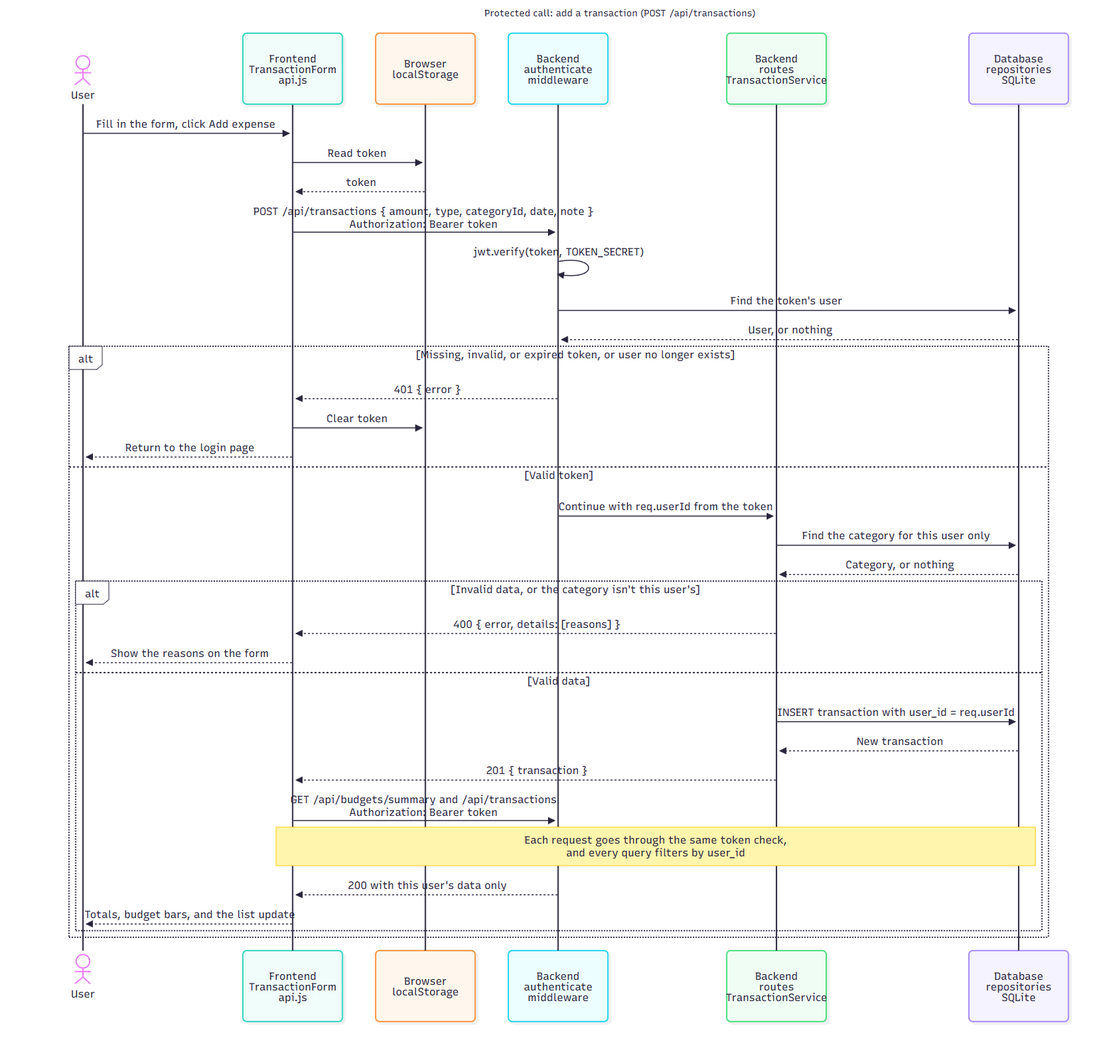
Earlier version of the Mermaid export docs/architecture/sequence-protected-call.png (shreev2703/finance-budget-tracker). Its source is kept beside it as docs/architecture/sequence-protected-call.mmd.
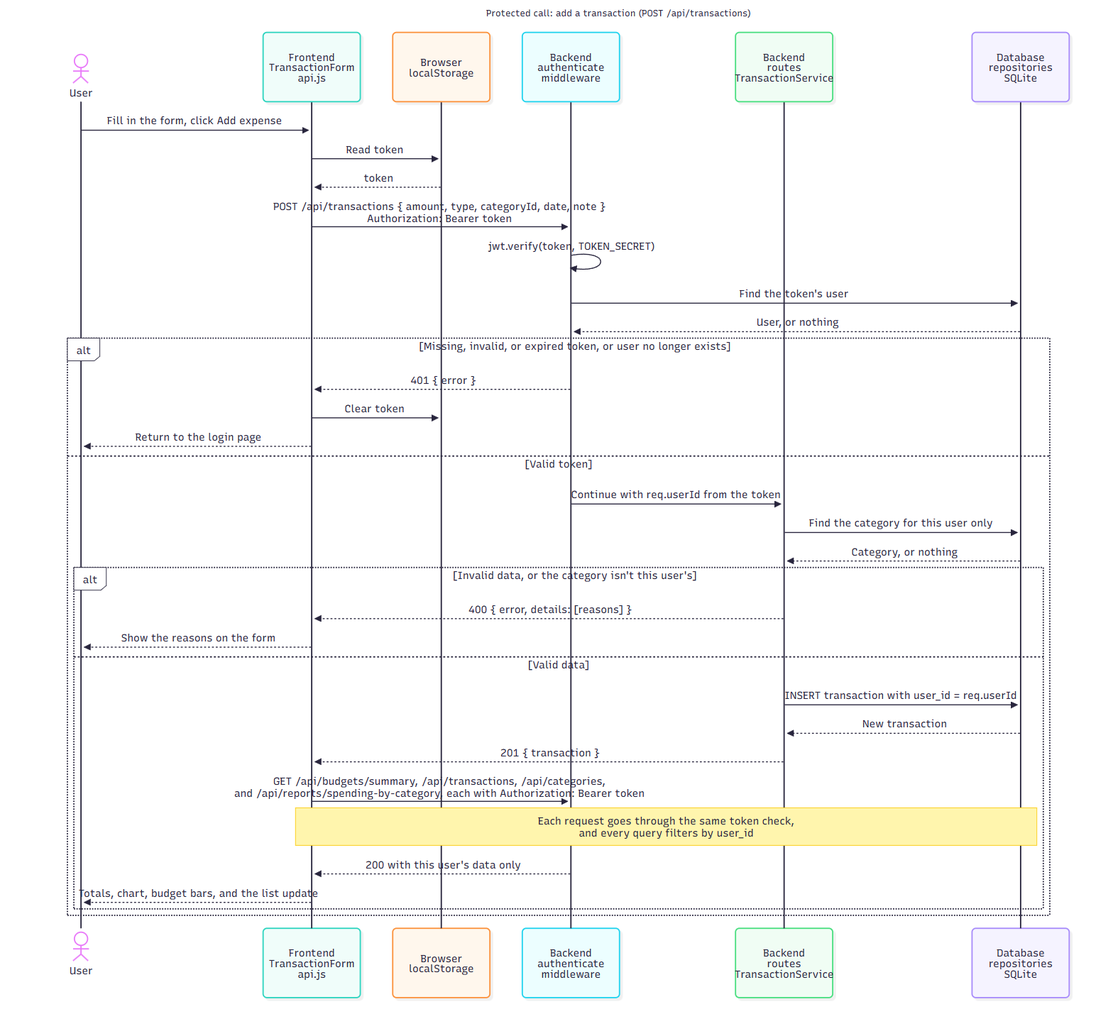
The same file after the commit.

What changed in the source:
```diff
@@ -30,9 +30,9 @@
             BE->>DB: INSERT transaction with user_id = req.userId
             DB-->>BE: New transaction
             BE-->>FE: 201 { transaction }
-            FE->>AU: GET /api/budgets/summary and /api/transactions<br/>Authorization: Bearer token
+            FE->>AU: GET /api/budgets/summary, /api/transactions, /api/categories,<br/>and /api/reports/spending-by-category, each with Authorization: Bearer token
             Note over FE,DB: Each request goes through the same token check,<br/>and every query filters by user_id
             AU-->>FE: 200 with this user's data only
-            FE-->>User: Totals, budget bars, and the list update
+            FE-->>User: Totals, chart, budget bars, and the list update
         end
     end
```
